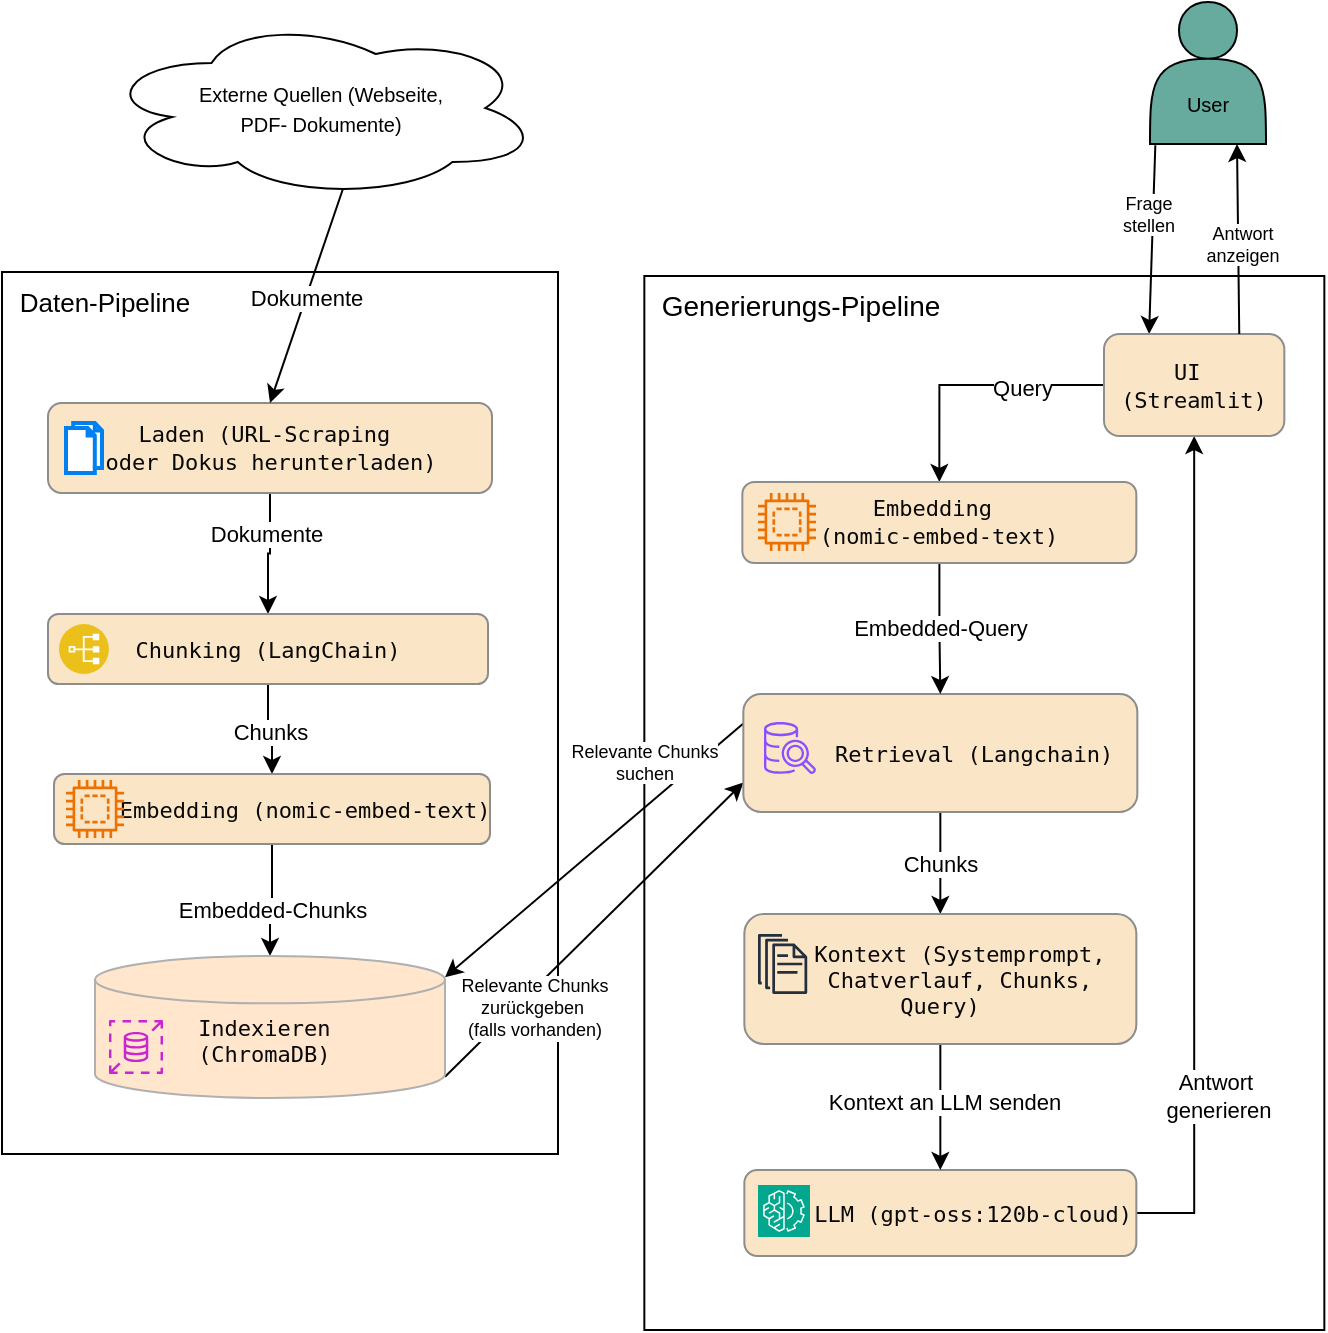
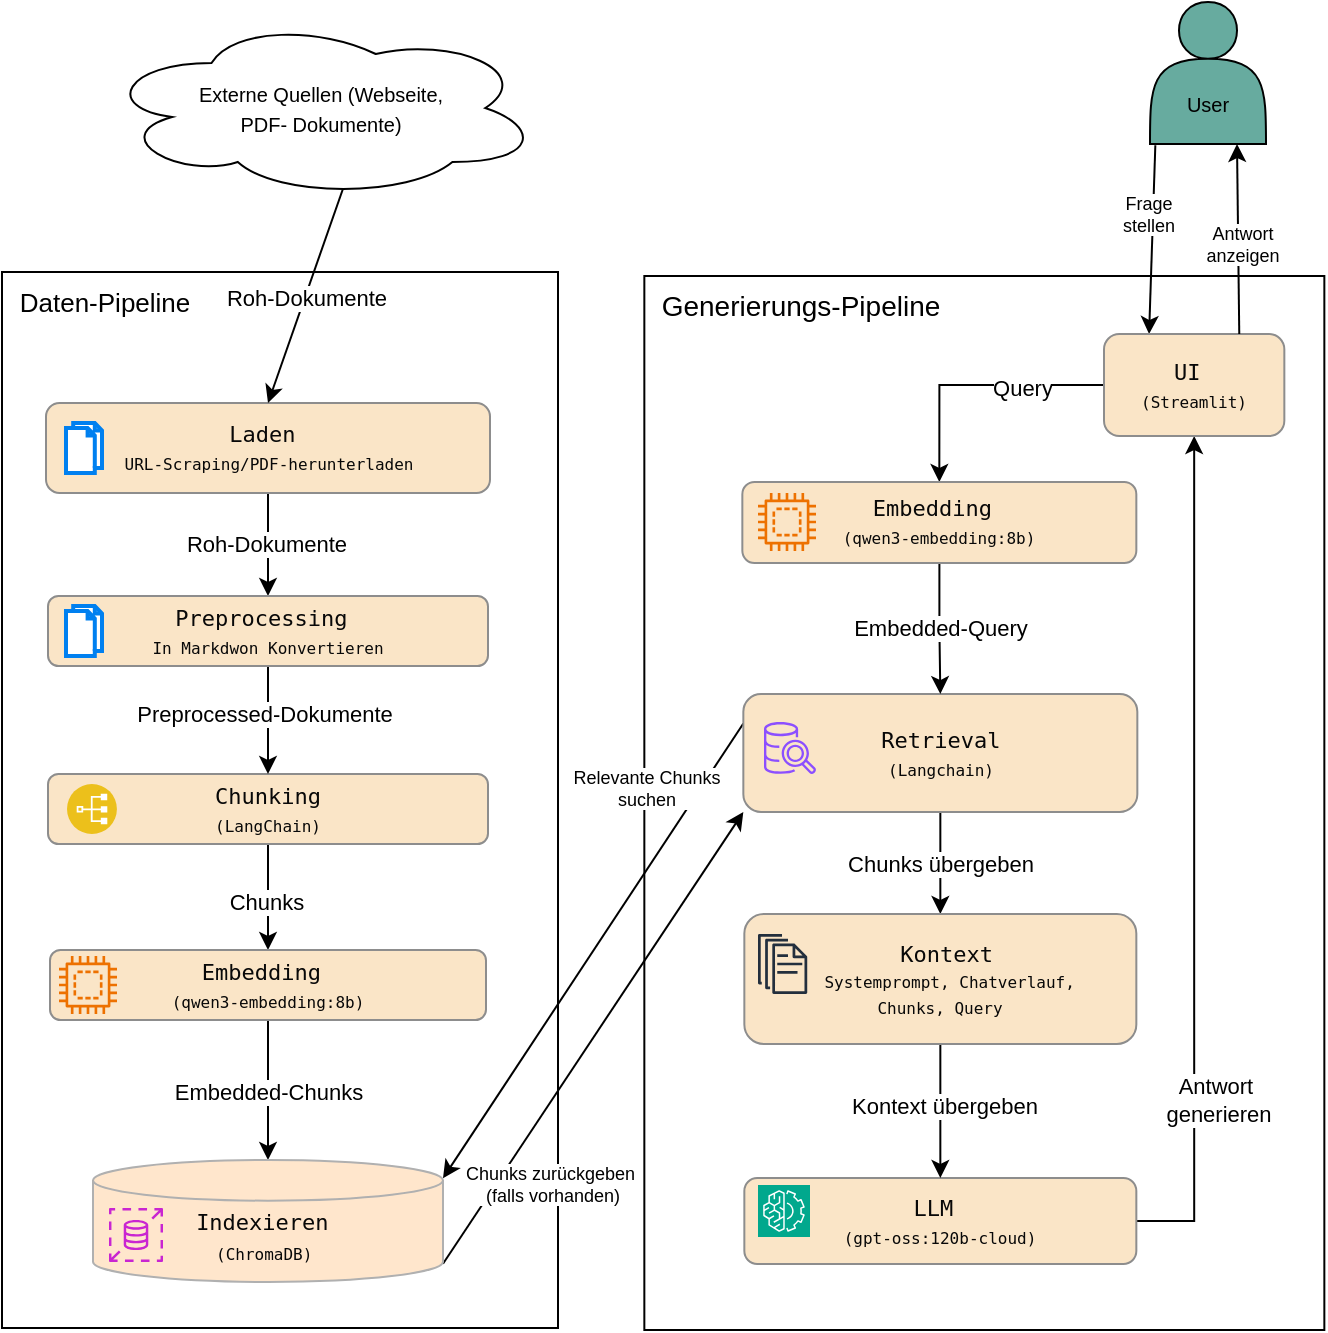
- <mxfile host="Electron" agent="Mozilla/5.0 (Windows NT 10.0; Win64; x64) AppleWebKit/537.36 (KHTML, like Gecko) draw.io/29.3.0 Chrome/140.0.7339.249 Electron/38.7.2 Safari/537.36" version="29.3.0" pages="3">
+ <mxfile host="Electron" agent="Mozilla/5.0 (Windows NT 10.0; Win64; x64) AppleWebKit/537.36 (KHTML, like Gecko) draw.io/29.5.2 Chrome/142.0.7444.265 Electron/39.6.1 Safari/537.36" version="29.5.2" pages="3">
  <diagram id="--Mtlg0LQdxBfJGaqTxY" name="Systemüberblick">
-     <mxGraphModel dx="1295" dy="768" grid="0" gridSize="10" guides="1" tooltips="1" connect="1" arrows="1" fold="1" page="1" pageScale="1" pageWidth="827" pageHeight="1169" math="0" shadow="0">
+     <mxGraphModel dx="1072" dy="630" grid="0" gridSize="10" guides="1" tooltips="1" connect="1" arrows="1" fold="1" page="1" pageScale="1" pageWidth="827" pageHeight="1169" math="0" shadow="0">
      <root>
        <mxCell id="0" />
        <mxCell id="1" parent="0" />
        <mxCell id="r3ily7bgXwv-S7IB-7bU-1" parent="1" style="whiteSpace=wrap;html=1;fillColor=none;" value="" vertex="1">
          <mxGeometry height="527" width="340" x="380.17" y="266" as="geometry" />
        </mxCell>
        <mxCell id="r3ily7bgXwv-S7IB-7bU-2" parent="1" style="whiteSpace=wrap;html=1;fillColor=none;" value="" vertex="1">
-           <mxGeometry height="441" width="278" x="59" y="264" as="geometry" />
-         </mxCell>
-         <mxCell id="r3ily7bgXwv-S7IB-7bU-3" edge="1" parent="1" source="r3ily7bgXwv-S7IB-7bU-5" style="edgeStyle=orthogonalEdgeStyle;rounded=0;orthogonalLoop=1;jettySize=auto;html=1;entryX=0.5;entryY=0;entryDx=0;entryDy=0;" target="r3ily7bgXwv-S7IB-7bU-8">
-           <mxGeometry relative="1" as="geometry" />
-         </mxCell>
-         <mxCell id="r3ily7bgXwv-S7IB-7bU-4" connectable="0" parent="r3ily7bgXwv-S7IB-7bU-3" style="edgeLabel;html=1;align=center;verticalAlign=middle;resizable=0;points=[];" value="Dokumente" vertex="1">
-           <mxGeometry relative="1" x="-0.3416" y="-2" as="geometry">
-             <mxPoint as="offset" />
-           </mxGeometry>
-         </mxCell>
-         <mxCell id="r3ily7bgXwv-S7IB-7bU-5" parent="1" style="rounded=1;html=1;fontSize=11;labelBackgroundColor=none;fillColor=#FAE5C7;strokeColor=#8D8D8D;fontColor=#143642;verticalAlign=middle;horizontal=1;spacing=2;fontStyle=0" value="&lt;div style=&quot;color: rgb(8, 8, 8);&quot;&gt;&lt;pre style=&quot;font-family:&#39;JetBrains Mono&#39;,monospace;font-size:9,8pt;&quot;&gt;Laden (URL-Scraping &lt;br&gt;oder Dokus herunterladen)&lt;/pre&gt;&lt;/div&gt;" vertex="1">
-           <mxGeometry height="45" width="222" x="82" y="329.5" as="geometry" />
+           <mxGeometry height="528" width="278" x="59" y="264" as="geometry" />
+         </mxCell>
+         <mxCell id="r3ily7bgXwv-S7IB-7bU-3" edge="1" parent="1" source="r3ily7bgXwv-S7IB-7bU-5" style="edgeStyle=orthogonalEdgeStyle;rounded=0;orthogonalLoop=1;jettySize=auto;html=1;entryX=0.5;entryY=0;entryDx=0;entryDy=0;" target="nfdPdkINqhj1KUeGC8UD-1">
+           <mxGeometry relative="1" as="geometry" />
+         </mxCell>
+         <mxCell id="nfdPdkINqhj1KUeGC8UD-2" connectable="0" parent="r3ily7bgXwv-S7IB-7bU-3" style="edgeLabel;html=1;align=center;verticalAlign=middle;resizable=0;points=[];" value="Roh-Dokumente" vertex="1">
+           <mxGeometry relative="1" x="-0.0128" y="-1" as="geometry">
+             <mxPoint as="offset" />
+           </mxGeometry>
+         </mxCell>
+         <mxCell id="r3ily7bgXwv-S7IB-7bU-5" parent="1" style="rounded=1;html=1;fontSize=11;labelBackgroundColor=none;fillColor=#FAE5C7;strokeColor=#8D8D8D;fontColor=#143642;verticalAlign=middle;horizontal=1;spacing=2;fontStyle=0" value="&lt;div style=&quot;color: rgb(8, 8, 8);&quot;&gt;&lt;pre style=&quot;font-family:&#39;JetBrains Mono&#39;,monospace;font-size:9,8pt;&quot;&gt;Laden &lt;br/&gt;&lt;font style=&quot;font-size: 8px;&quot;&gt;URL-Scraping/PDF-herunterladen&lt;/font&gt;&lt;/pre&gt;&lt;/div&gt;" vertex="1">
+           <mxGeometry height="45" width="222" x="81" y="329.5" as="geometry" />
        </mxCell>
        <mxCell id="r3ily7bgXwv-S7IB-7bU-6" edge="1" parent="1" source="r3ily7bgXwv-S7IB-7bU-8" style="edgeStyle=orthogonalEdgeStyle;rounded=0;orthogonalLoop=1;jettySize=auto;html=1;entryX=0.5;entryY=0;entryDx=0;entryDy=0;" target="r3ily7bgXwv-S7IB-7bU-11">
          <mxGeometry relative="1" as="geometry" />
        </mxCell>
        <mxCell id="r3ily7bgXwv-S7IB-7bU-7" connectable="0" parent="r3ily7bgXwv-S7IB-7bU-6" style="edgeLabel;html=1;align=center;verticalAlign=middle;resizable=0;points=[];" value="Chunks" vertex="1">
          <mxGeometry relative="1" x="0.0831" y="-1" as="geometry">
            <mxPoint as="offset" />
          </mxGeometry>
        </mxCell>
-         <mxCell id="r3ily7bgXwv-S7IB-7bU-8" parent="1" style="rounded=1;whiteSpace=wrap;html=1;fontSize=11;labelBackgroundColor=none;fillColor=#FAE5C7;strokeColor=#8D8D8D;fontColor=#143642;spacing=2;" value="&lt;div style=&quot;color: rgb(8, 8, 8);&quot;&gt;&lt;pre style=&quot;font-family:&#39;JetBrains Mono&#39;,monospace;font-size:9,8pt;&quot;&gt;&lt;pre style=&quot;font-family:&#39;JetBrains Mono&#39;,monospace;font-size:9,8pt;&quot;&gt;&lt;pre style=&quot;font-family:&#39;JetBrains Mono&#39;,monospace;font-size:9,8pt;&quot;&gt;Chunking (&lt;span style=&quot;background-color: transparent; white-space: normal;&quot;&gt;LangChain)&lt;/span&gt;&lt;/pre&gt;&lt;/pre&gt;&lt;/pre&gt;&lt;/div&gt;" vertex="1">
-           <mxGeometry height="35" width="220" x="82" y="435" as="geometry" />
+         <mxCell id="r3ily7bgXwv-S7IB-7bU-8" parent="1" style="rounded=1;whiteSpace=wrap;html=1;fontSize=11;labelBackgroundColor=none;fillColor=#FAE5C7;strokeColor=#8D8D8D;fontColor=#143642;spacing=2;" value="&lt;div style=&quot;color: rgb(8, 8, 8);&quot;&gt;&lt;pre style=&quot;font-family:&#39;JetBrains Mono&#39;,monospace;font-size:9,8pt;&quot;&gt;&lt;pre style=&quot;font-family:&#39;JetBrains Mono&#39;,monospace;font-size:9,8pt;&quot;&gt;&lt;pre style=&quot;font-family:&#39;JetBrains Mono&#39;,monospace;font-size:9,8pt;&quot;&gt;Chunking&lt;br/&gt;&lt;font style=&quot;font-size: 8px;&quot;&gt;(&lt;span style=&quot;background-color: transparent; white-space: normal;&quot;&gt;LangChain)&lt;/span&gt;&lt;/font&gt;&lt;/pre&gt;&lt;/pre&gt;&lt;/pre&gt;&lt;/div&gt;" vertex="1">
+           <mxGeometry height="35" width="220" x="82" y="515" as="geometry" />
        </mxCell>
        <mxCell id="r3ily7bgXwv-S7IB-7bU-9" edge="1" parent="1" source="r3ily7bgXwv-S7IB-7bU-11" style="edgeStyle=orthogonalEdgeStyle;rounded=0;orthogonalLoop=1;jettySize=auto;html=1;entryX=0.5;entryY=0;entryDx=0;entryDy=0;entryPerimeter=0;" target="Acry9dlDom8Et954RzBT-5">
          <mxGeometry relative="1" as="geometry" />
        </mxCell>
        <mxCell id="r3ily7bgXwv-S7IB-7bU-10" connectable="0" parent="r3ily7bgXwv-S7IB-7bU-9" style="edgeLabel;html=1;align=center;verticalAlign=middle;resizable=0;points=[];" value="Embedded-Chunks" vertex="1">
          <mxGeometry relative="1" x="-0.4618" as="geometry">
            <mxPoint y="17" as="offset" />
          </mxGeometry>
        </mxCell>
-         <mxCell id="r3ily7bgXwv-S7IB-7bU-11" parent="1" style="rounded=1;whiteSpace=wrap;html=1;fontSize=11;labelBackgroundColor=none;fillColor=#FAE5C7;strokeColor=#8D8D8D;fontColor=#143642;spacing=2;" value="&lt;div style=&quot;color: rgb(8, 8, 8);&quot;&gt;&lt;pre style=&quot;font-family:&#39;JetBrains Mono&#39;,monospace;font-size:9,8pt;&quot;&gt;&lt;pre style=&quot;font-family:&#39;JetBrains Mono&#39;,monospace;font-size:9,8pt;&quot;&gt;&lt;pre style=&quot;font-family:&#39;JetBrains Mono&#39;,monospace;font-size:9,8pt;&quot;&gt;     Embedding (nomic-embed-text)&lt;br&gt;&lt;/pre&gt;&lt;/pre&gt;&lt;/pre&gt;&lt;/div&gt;" vertex="1">
-           <mxGeometry height="35" width="218" x="85" y="515" as="geometry" />
-         </mxCell>
-         <mxCell id="r3ily7bgXwv-S7IB-7bU-12" edge="1" parent="1" source="Acry9dlDom8Et954RzBT-5" style="rounded=0;orthogonalLoop=1;jettySize=auto;html=1;entryX=0;entryY=0.75;entryDx=0;entryDy=0;exitX=1;exitY=0.85;exitDx=0;exitDy=0;exitPerimeter=0;" target="r3ily7bgXwv-S7IB-7bU-18">
-           <mxGeometry relative="1" as="geometry" />
-         </mxCell>
-         <mxCell id="r3ily7bgXwv-S7IB-7bU-13" connectable="0" parent="r3ily7bgXwv-S7IB-7bU-12" style="edgeLabel;html=1;align=center;verticalAlign=middle;resizable=0;points=[];fontSize=9;" value="Relevante Chunks&lt;br&gt;zurückgeben&amp;nbsp;&lt;br&gt;(falls vorhanden)" vertex="1">
+         <mxCell id="r3ily7bgXwv-S7IB-7bU-11" parent="1" style="rounded=1;whiteSpace=wrap;html=1;fontSize=11;labelBackgroundColor=none;fillColor=#FAE5C7;strokeColor=#8D8D8D;fontColor=#143642;spacing=2;" value="&lt;div style=&quot;color: rgb(8, 8, 8);&quot;&gt;&lt;pre style=&quot;font-family:&#39;JetBrains Mono&#39;,monospace;font-size:9,8pt;&quot;&gt;&lt;pre style=&quot;font-family:&#39;JetBrains Mono&#39;,monospace;font-size:9,8pt;&quot;&gt;&lt;pre style=&quot;font-family:&#39;JetBrains Mono&#39;,monospace;font-size:9,8pt;&quot;&gt;Embedding &lt;br&gt;&lt;font style=&quot;font-size: 8px;&quot;&gt;(qwen3-embedding:8b&lt;/font&gt;&lt;font style=&quot;font-size: 8px;&quot;&gt;)&lt;/font&gt;&lt;/pre&gt;&lt;/pre&gt;&lt;/pre&gt;&lt;/div&gt;" vertex="1">
+           <mxGeometry height="35" width="218" x="83" y="603" as="geometry" />
+         </mxCell>
+         <mxCell id="r3ily7bgXwv-S7IB-7bU-12" edge="1" parent="1" source="Acry9dlDom8Et954RzBT-5" style="rounded=0;orthogonalLoop=1;jettySize=auto;html=1;entryX=0;entryY=1;entryDx=0;entryDy=0;exitX=1;exitY=0.85;exitDx=0;exitDy=0;exitPerimeter=0;" target="r3ily7bgXwv-S7IB-7bU-18">
+           <mxGeometry relative="1" as="geometry" />
+         </mxCell>
+         <mxCell id="r3ily7bgXwv-S7IB-7bU-13" connectable="0" parent="r3ily7bgXwv-S7IB-7bU-12" style="edgeLabel;html=1;align=center;verticalAlign=middle;resizable=0;points=[];fontSize=9;" value="Chunks zurückgeben&amp;nbsp;&lt;br&gt;(falls vorhanden)" vertex="1">
          <mxGeometry relative="1" x="-0.0306" y="1" as="geometry">
-             <mxPoint x="-27" y="37" as="offset" />
+             <mxPoint x="-18" y="70" as="offset" />
          </mxGeometry>
        </mxCell>
        <mxCell id="r3ily7bgXwv-S7IB-7bU-15" edge="1" parent="1" source="r3ily7bgXwv-S7IB-7bU-18" style="rounded=0;orthogonalLoop=1;jettySize=auto;html=1;entryX=1;entryY=0.15;entryDx=0;entryDy=0;exitX=0;exitY=0.25;exitDx=0;exitDy=0;entryPerimeter=0;" target="Acry9dlDom8Et954RzBT-5">
          <mxGeometry relative="1" as="geometry" />
        </mxCell>
        <mxCell id="r3ily7bgXwv-S7IB-7bU-16" connectable="0" parent="r3ily7bgXwv-S7IB-7bU-15" style="edgeLabel;html=1;align=center;verticalAlign=middle;resizable=0;points=[];fontSize=9;" value="Relevante Chunks &lt;br&gt;suchen" vertex="1">
          <mxGeometry relative="1" x="-0.519" y="-1" as="geometry">
-             <mxPoint x="-13" y="-11" as="offset" />
-           </mxGeometry>
-         </mxCell>
-         <mxCell id="r3ily7bgXwv-S7IB-7bU-17" edge="1" parent="1" source="r3ily7bgXwv-S7IB-7bU-18" style="edgeStyle=orthogonalEdgeStyle;rounded=0;orthogonalLoop=1;jettySize=auto;html=1;entryX=0.5;entryY=0;entryDx=0;entryDy=0;" target="r3ily7bgXwv-S7IB-7bU-37" value="Chunks">
-           <mxGeometry relative="1" as="geometry" />
-         </mxCell>
-         <mxCell id="r3ily7bgXwv-S7IB-7bU-18" parent="1" style="whiteSpace=wrap;html=1;fontSize=11;rounded=1;labelBackgroundColor=none;fillColor=#FAE5C7;strokeColor=#8D8D8D;fontColor=#143642;spacing=2;" value="&lt;div style=&quot;color: rgb(8, 8, 8);&quot;&gt;&lt;pre style=&quot;font-family:&#39;JetBrains Mono&#39;,monospace;font-size:9,8pt;&quot;&gt;     Retrieval (Langchain)&lt;/pre&gt;&lt;/div&gt;" vertex="1">
+             <mxPoint x="-12" y="-22" as="offset" />
+           </mxGeometry>
+         </mxCell>
+         <mxCell id="r3ily7bgXwv-S7IB-7bU-17" edge="1" parent="1" source="r3ily7bgXwv-S7IB-7bU-18" style="edgeStyle=orthogonalEdgeStyle;rounded=0;orthogonalLoop=1;jettySize=auto;html=1;entryX=0.5;entryY=0;entryDx=0;entryDy=0;" target="r3ily7bgXwv-S7IB-7bU-37" value="Chunks übergeben">
+           <mxGeometry relative="1" as="geometry" />
+         </mxCell>
+         <mxCell id="r3ily7bgXwv-S7IB-7bU-18" parent="1" style="whiteSpace=wrap;html=1;fontSize=11;rounded=1;labelBackgroundColor=none;fillColor=#FAE5C7;strokeColor=#8D8D8D;fontColor=#143642;spacing=2;" value="&lt;div style=&quot;color: rgb(8, 8, 8);&quot;&gt;&lt;pre style=&quot;font-family:&#39;JetBrains Mono&#39;,monospace;font-size:9,8pt;&quot;&gt; Retrieval &lt;br&gt;&lt;font style=&quot;font-size: 8px;&quot;&gt;(Langchain)&lt;/font&gt;&lt;/pre&gt;&lt;/div&gt;" vertex="1">
          <mxGeometry height="59" width="197" x="429.67" y="475" as="geometry" />
        </mxCell>
        <mxCell id="r3ily7bgXwv-S7IB-7bU-19" edge="1" parent="1" source="r3ily7bgXwv-S7IB-7bU-21" style="rounded=0;orthogonalLoop=1;jettySize=auto;html=1;entryX=0.5;entryY=1;entryDx=0;entryDy=0;edgeStyle=orthogonalEdgeStyle;exitX=1;exitY=0.5;exitDx=0;exitDy=0;" target="r3ily7bgXwv-S7IB-7bU-38">
          <mxGeometry relative="1" as="geometry">
            <mxPoint x="515.17" y="762" as="targetPoint" />
          </mxGeometry>
        </mxCell>
        <mxCell id="r3ily7bgXwv-S7IB-7bU-20" connectable="0" parent="r3ily7bgXwv-S7IB-7bU-19" style="edgeLabel;html=1;align=center;verticalAlign=middle;resizable=0;points=[];fontSize=11;" value="Antwort&amp;nbsp;&lt;br&gt;&lt;span style=&quot;background-color: light-dark(#ffffff, var(--ge-dark-color, #121212)); color: light-dark(rgb(0, 0, 0), rgb(255, 255, 255));&quot;&gt;generieren&lt;/span&gt;" vertex="1">
          <mxGeometry relative="1" x="-0.0099" y="2" as="geometry">
            <mxPoint x="14" y="119" as="offset" />
          </mxGeometry>
        </mxCell>
-         <mxCell id="r3ily7bgXwv-S7IB-7bU-21" parent="1" style="whiteSpace=wrap;html=1;fontSize=11;rounded=1;labelBackgroundColor=none;fillColor=#FAE5C7;strokeColor=#8D8D8D;fontColor=#143642;spacing=2;" value="&lt;div style=&quot;color: rgb(8, 8, 8);&quot;&gt;&lt;pre style=&quot;font-family:&#39;JetBrains Mono&#39;,monospace;font-size:9,8pt;&quot;&gt;&lt;div&gt;&lt;pre style=&quot;font-family:&#39;JetBrains Mono&#39;,monospace;font-size:9,8pt;&quot;&gt;     LLM (gpt-oss:120b-cloud)&lt;/pre&gt;&lt;/div&gt;&lt;/pre&gt;&lt;/div&gt;" vertex="1">
-           <mxGeometry height="43" width="196" x="430.17" y="713" as="geometry" />
+         <mxCell id="r3ily7bgXwv-S7IB-7bU-21" parent="1" style="whiteSpace=wrap;html=1;fontSize=11;rounded=1;labelBackgroundColor=none;fillColor=#FAE5C7;strokeColor=#8D8D8D;fontColor=#143642;spacing=2;" value="&lt;div style=&quot;color: rgb(8, 8, 8);&quot;&gt;&lt;pre style=&quot;font-family:&#39;JetBrains Mono&#39;,monospace;font-size:9,8pt;&quot;&gt;&lt;div&gt;&lt;pre style=&quot;font-family:&#39;JetBrains Mono&#39;,monospace;font-size:9,8pt;&quot;&gt;LLM &lt;br&gt;&lt;font style=&quot;font-size: 8px;&quot;&gt;(gpt-oss:120b-cloud)&lt;/font&gt;&lt;/pre&gt;&lt;/div&gt;&lt;/pre&gt;&lt;/div&gt;" vertex="1">
+           <mxGeometry height="43" width="196" x="430.17" y="717" as="geometry" />
        </mxCell>
        <mxCell id="r3ily7bgXwv-S7IB-7bU-22" edge="1" parent="1" source="r3ily7bgXwv-S7IB-7bU-38" style="edgeStyle=orthogonalEdgeStyle;rounded=0;orthogonalLoop=1;jettySize=auto;html=1;entryX=0.5;entryY=0;entryDx=0;entryDy=0;exitX=0;exitY=0.5;exitDx=0;exitDy=0;" target="r3ily7bgXwv-S7IB-7bU-31">
          <mxGeometry relative="1" as="geometry">
            <mxPoint x="518.17" y="392" as="sourcePoint" />
          </mxGeometry>
        </mxCell>
        <mxCell id="r3ily7bgXwv-S7IB-7bU-23" connectable="0" parent="r3ily7bgXwv-S7IB-7bU-22" style="edgeLabel;html=1;align=center;verticalAlign=middle;resizable=0;points=[];" value="Query" vertex="1">
          <mxGeometry relative="1" x="-0.3722" y="1" as="geometry">
            <mxPoint as="offset" />
          </mxGeometry>
        </mxCell>
        <mxCell id="r3ily7bgXwv-S7IB-7bU-25" parent="1" style="text;html=1;whiteSpace=wrap;strokeColor=none;fillColor=none;align=center;verticalAlign=middle;rounded=0;autosize=1;resizable=0;fontSize=13;" value="Daten-Pipeline" vertex="1">
          <mxGeometry height="28" width="103" x="59" y="265" as="geometry" />
        </mxCell>
        <mxCell id="r3ily7bgXwv-S7IB-7bU-26" edge="1" parent="1" source="r3ily7bgXwv-S7IB-7bU-28" style="rounded=0;orthogonalLoop=1;jettySize=auto;html=1;entryX=0.25;entryY=0;entryDx=0;entryDy=0;exitX=0.046;exitY=1.009;exitDx=0;exitDy=0;exitPerimeter=0;" target="r3ily7bgXwv-S7IB-7bU-38">
          <mxGeometry relative="1" as="geometry" />
        </mxCell>
        <mxCell id="r3ily7bgXwv-S7IB-7bU-27" connectable="0" parent="r3ily7bgXwv-S7IB-7bU-26" style="edgeLabel;html=1;align=center;verticalAlign=middle;resizable=0;points=[];fontSize=9;" value="Frage &lt;br&gt;stellen" vertex="1">
          <mxGeometry relative="1" x="-0.4594" y="-1" as="geometry">
            <mxPoint x="-2" y="9" as="offset" />
          </mxGeometry>
        </mxCell>
        <mxCell id="r3ily7bgXwv-S7IB-7bU-28" parent="1" style="shape=actor;whiteSpace=wrap;html=1;fillColor=#67AB9F;" value="&lt;font style=&quot;font-size: 10px;&quot;&gt;&lt;br&gt;&lt;br&gt;User&lt;/font&gt;" vertex="1">
          <mxGeometry height="71" width="58" x="633" y="129" as="geometry" />
        </mxCell>
        <mxCell id="r3ily7bgXwv-S7IB-7bU-29" parent="1" style="text;html=1;whiteSpace=wrap;strokeColor=none;fillColor=none;align=center;verticalAlign=middle;rounded=0;autosize=1;resizable=0;fontSize=14;" value="Generierungs-Pipeline" vertex="1">
          <mxGeometry height="29" width="157" x="380.17" y="266" as="geometry" />
        </mxCell>
        <mxCell id="r3ily7bgXwv-S7IB-7bU-30" edge="1" parent="1" source="r3ily7bgXwv-S7IB-7bU-31" style="edgeStyle=orthogonalEdgeStyle;rounded=0;orthogonalLoop=1;jettySize=auto;html=1;entryX=0.5;entryY=0;entryDx=0;entryDy=0;" target="r3ily7bgXwv-S7IB-7bU-18" value="Embedded-Query">
          <mxGeometry relative="1" as="geometry" />
        </mxCell>
-         <mxCell id="r3ily7bgXwv-S7IB-7bU-31" parent="1" style="rounded=1;whiteSpace=wrap;html=1;fontSize=11;labelBackgroundColor=none;fillColor=#FAE5C7;strokeColor=#8D8D8D;fontColor=#143642;spacing=2;" value="&lt;div style=&quot;color: rgb(8, 8, 8);&quot;&gt;&lt;pre style=&quot;font-family:&#39;JetBrains Mono&#39;,monospace;font-size:9,8pt;&quot;&gt;&lt;pre style=&quot;font-family:&#39;JetBrains Mono&#39;,monospace;font-size:9,8pt;&quot;&gt;&lt;pre style=&quot;font-family:&#39;JetBrains Mono&#39;,monospace;font-size:9,8pt;&quot;&gt;Embedding &lt;br/&gt;(nomic-embed-text)&lt;br&gt;&lt;/pre&gt;&lt;/pre&gt;&lt;/pre&gt;&lt;/div&gt;" vertex="1">
+         <mxCell id="r3ily7bgXwv-S7IB-7bU-31" parent="1" style="rounded=1;whiteSpace=wrap;html=1;fontSize=11;labelBackgroundColor=none;fillColor=#FAE5C7;strokeColor=#8D8D8D;fontColor=#143642;spacing=2;" value="&lt;div style=&quot;color: rgb(8, 8, 8);&quot;&gt;&lt;pre style=&quot;font-family:&#39;JetBrains Mono&#39;,monospace;font-size:9,8pt;&quot;&gt;&lt;pre style=&quot;font-family:&#39;JetBrains Mono&#39;,monospace;font-size:9,8pt;&quot;&gt;&lt;pre style=&quot;font-family:&#39;JetBrains Mono&#39;,monospace;font-size:9,8pt;&quot;&gt;Embedding &lt;br/&gt;&lt;font style=&quot;background-color: transparent; white-space: normal; font-size: 8px;&quot;&gt;(qwen3-embedding:8b&lt;/font&gt;&lt;font style=&quot;background-color: transparent; white-space: normal; font-size: 8px;&quot;&gt;)&lt;/font&gt;&lt;/pre&gt;&lt;/pre&gt;&lt;/pre&gt;&lt;/div&gt;" vertex="1">
          <mxGeometry height="40.5" width="197" x="429.17" y="369" as="geometry" />
        </mxCell>
        <mxCell id="r3ily7bgXwv-S7IB-7bU-32" edge="1" parent="1" source="Acry9dlDom8Et954RzBT-3" style="rounded=0;orthogonalLoop=1;jettySize=auto;html=1;entryX=0.5;entryY=0;entryDx=0;entryDy=0;exitX=0.55;exitY=0.95;exitDx=0;exitDy=0;exitPerimeter=0;" target="r3ily7bgXwv-S7IB-7bU-5">
          <mxGeometry relative="1" as="geometry">
            <mxPoint x="194.2666692589255" y="229.99957227732136" as="sourcePoint" />
          </mxGeometry>
        </mxCell>
-         <mxCell id="r3ily7bgXwv-S7IB-7bU-33" connectable="0" parent="r3ily7bgXwv-S7IB-7bU-32" style="edgeLabel;html=1;align=center;verticalAlign=middle;resizable=0;points=[];" value="Dokumente" vertex="1">
+         <mxCell id="r3ily7bgXwv-S7IB-7bU-33" connectable="0" parent="r3ily7bgXwv-S7IB-7bU-32" style="edgeLabel;html=1;align=center;verticalAlign=middle;resizable=0;points=[];" value="Roh-Dokumente" vertex="1">
          <mxGeometry relative="1" x="0.0211" as="geometry">
            <mxPoint as="offset" />
          </mxGeometry>
        </mxCell>
        <mxCell id="r3ily7bgXwv-S7IB-7bU-35" edge="1" parent="1" source="r3ily7bgXwv-S7IB-7bU-37" style="edgeStyle=orthogonalEdgeStyle;rounded=0;orthogonalLoop=1;jettySize=auto;html=1;entryX=0.5;entryY=0;entryDx=0;entryDy=0;" target="r3ily7bgXwv-S7IB-7bU-21">
          <mxGeometry relative="1" as="geometry" />
        </mxCell>
-         <mxCell id="r3ily7bgXwv-S7IB-7bU-36" connectable="0" parent="r3ily7bgXwv-S7IB-7bU-35" style="edgeLabel;html=1;align=center;verticalAlign=middle;resizable=0;points=[];fontSize=11;" value="Kontext an LLM senden" vertex="1">
+         <mxCell id="r3ily7bgXwv-S7IB-7bU-36" connectable="0" parent="r3ily7bgXwv-S7IB-7bU-35" style="edgeLabel;html=1;align=center;verticalAlign=middle;resizable=0;points=[];fontSize=11;" value="Kontext übergeben" vertex="1">
          <mxGeometry relative="1" x="-0.0722" y="2" as="geometry">
            <mxPoint as="offset" />
          </mxGeometry>
        </mxCell>
-         <mxCell id="r3ily7bgXwv-S7IB-7bU-37" parent="1" style="whiteSpace=wrap;html=1;fontSize=11;rounded=1;labelBackgroundColor=none;fillColor=#FAE5C7;strokeColor=#8D8D8D;fontColor=#143642;spacing=2;align=center;" value="&lt;div style=&quot;color: rgb(8, 8, 8);&quot;&gt;&lt;pre style=&quot;font-family:&#39;JetBrains Mono&#39;,monospace;font-size:9,8pt;&quot;&gt;    Kontext (Systemprompt, &lt;br&gt;    Chatverlauf, Chunks, &lt;br&gt;Query)&lt;/pre&gt;&lt;/div&gt;" vertex="1">
+         <mxCell id="r3ily7bgXwv-S7IB-7bU-37" parent="1" style="whiteSpace=wrap;html=1;fontSize=11;rounded=1;labelBackgroundColor=none;fillColor=#FAE5C7;strokeColor=#8D8D8D;fontColor=#143642;spacing=2;align=center;" value="&lt;div style=&quot;color: rgb(8, 8, 8);&quot;&gt;&lt;pre style=&quot;font-family:&#39;JetBrains Mono&#39;,monospace;font-size:9,8pt;&quot;&gt; Kontext&lt;br&gt;&lt;font style=&quot;font-size: 8px;&quot;&gt;   Systemprompt, Chatverlauf, &lt;br&gt;Chunks, Query&lt;/font&gt;&lt;/pre&gt;&lt;/div&gt;" vertex="1">
          <mxGeometry height="65" width="196" x="430.17" y="585" as="geometry" />
        </mxCell>
-         <mxCell id="r3ily7bgXwv-S7IB-7bU-38" parent="1" style="whiteSpace=wrap;html=1;fontSize=11;rounded=1;labelBackgroundColor=none;fillColor=#FAE5C7;strokeColor=#8D8D8D;fontColor=#143642;spacing=2;" value="&lt;div style=&quot;color: rgb(8, 8, 8);&quot;&gt;&lt;pre style=&quot;font-family:&#39;JetBrains Mono&#39;,monospace;font-size:9,8pt;&quot;&gt;UI &lt;br/&gt;(Streamlit)&lt;/pre&gt;&lt;/div&gt;" vertex="1">
+         <mxCell id="r3ily7bgXwv-S7IB-7bU-38" parent="1" style="whiteSpace=wrap;html=1;fontSize=11;rounded=1;labelBackgroundColor=none;fillColor=#FAE5C7;strokeColor=#8D8D8D;fontColor=#143642;spacing=2;" value="&lt;div style=&quot;color: rgb(8, 8, 8);&quot;&gt;&lt;pre style=&quot;font-family:&#39;JetBrains Mono&#39;,monospace;font-size:9,8pt;&quot;&gt;UI &lt;br&gt;&lt;font style=&quot;font-size: 8px;&quot;&gt;(Streamlit)&lt;/font&gt;&lt;/pre&gt;&lt;/div&gt;" vertex="1">
          <mxGeometry height="51" width="90.17" x="610" y="295" as="geometry" />
        </mxCell>
        <mxCell id="r3ily7bgXwv-S7IB-7bU-39" edge="1" parent="1" source="r3ily7bgXwv-S7IB-7bU-38" style="rounded=0;orthogonalLoop=1;jettySize=auto;html=1;entryX=0.75;entryY=1;entryDx=0;entryDy=0;exitX=0.75;exitY=0;exitDx=0;exitDy=0;" target="r3ily7bgXwv-S7IB-7bU-28">
          <mxGeometry relative="1" as="geometry" />
        </mxCell>
        <mxCell id="r3ily7bgXwv-S7IB-7bU-40" connectable="0" parent="r3ily7bgXwv-S7IB-7bU-39" style="edgeLabel;html=1;align=center;verticalAlign=middle;resizable=0;points=[];fontSize=9;" value="Antwort&lt;br&gt;anzeigen" vertex="1">
          <mxGeometry relative="1" x="-0.2017" y="3" as="geometry">
            <mxPoint x="5" y="-7" as="offset" />
          </mxGeometry>
        </mxCell>
        <mxCell id="Acry9dlDom8Et954RzBT-3" parent="1" style="ellipse;shape=cloud;whiteSpace=wrap;html=1;align=center;" value="&lt;span style=&quot;font-size: 10px;&quot;&gt;Externe Quellen (Webseite, &lt;br&gt;PDF- Dokumente)&lt;/span&gt;" vertex="1">
          <mxGeometry height="90" width="219" x="109" y="137" as="geometry" />
        </mxCell>
-         <mxCell id="Acry9dlDom8Et954RzBT-5" parent="1" style="strokeWidth=1;html=1;shape=mxgraph.flowchart.database;whiteSpace=wrap;fillColor=#ffe6cc;strokeColor=#B0B0B0;" value="&lt;pre style=&quot;color: rgb(8, 8, 8); font-size: 11px; font-family: &amp;quot;JetBrains Mono&amp;quot;, monospace;&quot;&gt;&lt;span style=&quot;background-color: transparent;&quot;&gt;&lt;span style=&quot;white-space: normal;&quot;&gt;&lt;br&gt;Indexieren&amp;nbsp;&lt;br&gt;&lt;/span&gt;&lt;/span&gt;(ChromaDB)&amp;nbsp;&lt;/pre&gt;" vertex="1">
-           <mxGeometry height="71" width="175" x="105.5" y="606" as="geometry" />
+         <mxCell id="Acry9dlDom8Et954RzBT-5" parent="1" style="strokeWidth=1;html=1;shape=mxgraph.flowchart.database;whiteSpace=wrap;fillColor=#ffe6cc;strokeColor=#B0B0B0;" value="&lt;pre style=&quot;color: rgb(8, 8, 8); font-family: &amp;quot;JetBrains Mono&amp;quot;, monospace;&quot;&gt;&lt;span style=&quot;font-size: 11px; background-color: transparent;&quot;&gt;&lt;span style=&quot;white-space: normal;&quot;&gt;&lt;br&gt;Indexieren&amp;nbsp;&lt;br&gt;&lt;/span&gt;&lt;/span&gt;&lt;font style=&quot;font-size: 8px;&quot;&gt;(ChromaDB)&amp;nbsp;&lt;/font&gt;&lt;/pre&gt;" vertex="1">
+           <mxGeometry height="61" width="175" x="104.5" y="708" as="geometry" />
        </mxCell>
        <mxCell id="6IOvH4VOo6HqhZIrgnpb-2" parent="1" style="image;aspect=fixed;perimeter=ellipsePerimeter;html=1;align=center;shadow=0;dashed=0;fontColor=#4277BB;labelBackgroundColor=default;fontSize=12;spacingTop=3;image=img/lib/ibm/applications/index.svg;" value="" vertex="1">
-           <mxGeometry height="25" width="25" x="87.5" y="440" as="geometry" />
+           <mxGeometry height="25" width="25" x="91.5" y="520" as="geometry" />
        </mxCell>
        <mxCell id="6IOvH4VOo6HqhZIrgnpb-3" parent="1" style="sketch=0;outlineConnect=0;fontColor=#232F3E;gradientColor=none;fillColor=#ED7100;strokeColor=none;dashed=0;verticalLabelPosition=bottom;verticalAlign=top;align=center;html=1;fontSize=12;fontStyle=0;aspect=fixed;pointerEvents=1;shape=mxgraph.aws4.braket_embedded_simulator;" value="" vertex="1">
-           <mxGeometry height="29" width="29" x="91" y="518" as="geometry" />
+           <mxGeometry height="29" width="29" x="87.5" y="606" as="geometry" />
        </mxCell>
        <mxCell id="6IOvH4VOo6HqhZIrgnpb-4" parent="1" style="html=1;verticalLabelPosition=bottom;align=center;labelBackgroundColor=#ffffff;verticalAlign=top;strokeWidth=2;strokeColor=#0080F0;shadow=0;dashed=0;shape=mxgraph.ios7.icons.documents;" value="" vertex="1">
          <mxGeometry height="25" width="18" x="91" y="339.5" as="geometry" />
        </mxCell>
        <mxCell id="6IOvH4VOo6HqhZIrgnpb-5" parent="1" style="sketch=0;outlineConnect=0;fontColor=#232F3E;gradientColor=none;fillColor=#C925D1;strokeColor=none;dashed=0;verticalLabelPosition=bottom;verticalAlign=top;align=center;html=1;fontSize=12;fontStyle=0;aspect=fixed;pointerEvents=1;shape=mxgraph.aws4.documentdb_elastic_clusters;" value="" vertex="1">
-           <mxGeometry height="27" width="27" x="112.5" y="638" as="geometry" />
+           <mxGeometry height="27" width="27" x="112.5" y="732" as="geometry" />
        </mxCell>
        <mxCell id="6IOvH4VOo6HqhZIrgnpb-6" parent="1" style="sketch=0;outlineConnect=0;fontColor=#232F3E;gradientColor=none;fillColor=#8C4FFF;strokeColor=none;dashed=0;verticalLabelPosition=bottom;verticalAlign=top;align=center;html=1;fontSize=12;fontStyle=0;aspect=fixed;pointerEvents=1;shape=mxgraph.aws4.redshift_query_editor_v20_light;" value="" vertex="1">
          <mxGeometry height="26" width="26" x="440" y="489" as="geometry" />
        </mxCell>
        <mxCell id="6IOvH4VOo6HqhZIrgnpb-7" parent="1" style="sketch=0;points=[[0,0,0],[0.25,0,0],[0.5,0,0],[0.75,0,0],[1,0,0],[0,1,0],[0.25,1,0],[0.5,1,0],[0.75,1,0],[1,1,0],[0,0.25,0],[0,0.5,0],[0,0.75,0],[1,0.25,0],[1,0.5,0],[1,0.75,0]];outlineConnect=0;fontColor=#232F3E;fillColor=#01A88D;strokeColor=#ffffff;dashed=0;verticalLabelPosition=bottom;verticalAlign=top;align=center;html=1;fontSize=12;fontStyle=0;aspect=fixed;shape=mxgraph.aws4.resourceIcon;resIcon=mxgraph.aws4.machine_learning;" value="" vertex="1">
          <mxGeometry height="26" width="26" x="437" y="720.5" as="geometry" />
        </mxCell>
        <mxCell id="6IOvH4VOo6HqhZIrgnpb-8" parent="1" style="sketch=0;outlineConnect=0;fontColor=#232F3E;gradientColor=none;fillColor=#ED7100;strokeColor=none;dashed=0;verticalLabelPosition=bottom;verticalAlign=top;align=center;html=1;fontSize=12;fontStyle=0;aspect=fixed;pointerEvents=1;shape=mxgraph.aws4.braket_embedded_simulator;" value="" vertex="1">
          <mxGeometry height="29" width="29" x="437" y="374.5" as="geometry" />
        </mxCell>
        <mxCell id="6IOvH4VOo6HqhZIrgnpb-12" parent="1" style="sketch=0;outlineConnect=0;fontColor=#232F3E;gradientColor=none;fillColor=#232F3D;strokeColor=none;dashed=0;verticalLabelPosition=bottom;verticalAlign=top;align=center;html=1;fontSize=12;fontStyle=0;aspect=fixed;pointerEvents=1;shape=mxgraph.aws4.documents;" value="" vertex="1">
          <mxGeometry height="30" width="24.61" x="437" y="595" as="geometry" />
+         </mxCell>
+         <mxCell id="nfdPdkINqhj1KUeGC8UD-3" edge="1" parent="1" source="nfdPdkINqhj1KUeGC8UD-1" style="edgeStyle=orthogonalEdgeStyle;rounded=0;orthogonalLoop=1;jettySize=auto;html=1;entryX=0.5;entryY=0;entryDx=0;entryDy=0;" target="r3ily7bgXwv-S7IB-7bU-8">
+           <mxGeometry relative="1" as="geometry" />
+         </mxCell>
+         <mxCell id="nfdPdkINqhj1KUeGC8UD-4" connectable="0" parent="nfdPdkINqhj1KUeGC8UD-3" style="edgeLabel;html=1;align=center;verticalAlign=middle;resizable=0;points=[];" value="&lt;span style=&quot;color: rgba(0, 0, 0, 0); font-family: monospace; font-size: 0px; text-align: start; background-color: rgb(236, 236, 236);&quot;&gt;%3CmxGraphModel%3E%3Croot%3E%3CmxCell%20id%3D%220%22%2F%3E%3CmxCell%20id%3D%221%22%20parent%3D%220%22%2F%3E%3CmxCell%20id%3D%222%22%20connectable%3D%220%22%20parent%3D%221%22%20style%3D%22edgeLabel%3Bhtml%3D1%3Balign%3Dcenter%3BverticalAlign%3Dmiddle%3Bresizable%3D0%3Bpoints%3D%5B%5D%3B%22%20value%3D%22Dokumente%22%20vertex%3D%221%22%3E%3CmxGeometry%20x%3D%22191%22%20y%3D%22400.33333333333326%22%20as%3D%22geometry%22%2F%3E%3C%2FmxCell%3E%3C%2Froot%3E%3C%2FmxGraphModel%3E&lt;/span&gt;" vertex="1">
+           <mxGeometry relative="1" x="-0.1333" y="1" as="geometry">
+             <mxPoint as="offset" />
+           </mxGeometry>
+         </mxCell>
+         <mxCell id="nfdPdkINqhj1KUeGC8UD-5" connectable="0" parent="nfdPdkINqhj1KUeGC8UD-3" style="edgeLabel;html=1;align=center;verticalAlign=middle;resizable=0;points=[];" value="Preprocessed-Dokumente" vertex="1">
+           <mxGeometry relative="1" x="-0.1037" y="-2" as="geometry">
+             <mxPoint as="offset" />
+           </mxGeometry>
+         </mxCell>
+         <mxCell id="nfdPdkINqhj1KUeGC8UD-1" parent="1" style="rounded=1;whiteSpace=wrap;html=1;fontSize=11;labelBackgroundColor=none;fillColor=#FAE5C7;strokeColor=#8D8D8D;fontColor=#143642;spacing=2;" value="&lt;div style=&quot;color: rgb(8, 8, 8);&quot;&gt;&lt;pre style=&quot;font-family:&#39;JetBrains Mono&#39;,monospace;font-size:9,8pt;&quot;&gt;&lt;pre style=&quot;font-family:&#39;JetBrains Mono&#39;,monospace;font-size:9,8pt;&quot;&gt;&lt;pre style=&quot;font-family:&#39;JetBrains Mono&#39;,monospace;font-size:9,8pt;&quot;&gt;Preprocessing &lt;br&gt;&lt;font style=&quot;font-size: 8px;&quot;&gt;In Markdwon Konvertieren&lt;/font&gt;&lt;/pre&gt;&lt;/pre&gt;&lt;/pre&gt;&lt;/div&gt;" vertex="1">
+           <mxGeometry height="35" width="220" x="82" y="426" as="geometry" />
+         </mxCell>
+         <mxCell id="wjzvMBkjKKS_n60Af0Jf-1" parent="1" style="html=1;verticalLabelPosition=bottom;align=center;labelBackgroundColor=#ffffff;verticalAlign=top;strokeWidth=2;strokeColor=#0080F0;shadow=0;dashed=0;shape=mxgraph.ios7.icons.documents;" value="" vertex="1">
+           <mxGeometry height="25" width="18" x="91" y="431" as="geometry" />
        </mxCell>
      </root>
    </mxGraphModel>
  </diagram>
  <diagram id="D5xlWmKwkfQxUDRcyshQ" name="Indexierung- Phasen">
    <mxGraphModel dx="1554" dy="922" grid="0" gridSize="10" guides="1" tooltips="1" connect="1" arrows="1" fold="1" page="1" pageScale="1" pageWidth="827" pageHeight="1169" math="0" shadow="0">
      <root>
        <mxCell id="0" />
        <mxCell id="1" parent="0" />
        <mxCell id="lYfhaClctKrxKoxSbu7d-19" connectable="0" parent="1" style="group" value="" vertex="1">
          <mxGeometry height="463" width="340" x="51" y="265" as="geometry" />
        </mxCell>
        <mxCell id="lYfhaClctKrxKoxSbu7d-20" parent="lYfhaClctKrxKoxSbu7d-19" style="shape=step;perimeter=stepPerimeter;whiteSpace=wrap;html=1;fixedSize=1;size=10;direction=south;fillColor=#10739E;strokeColor=none;rounded=0;" value="&lt;font style=&quot;color: rgb(244, 252, 255);&quot;&gt;1&lt;/font&gt;" vertex="1">
          <mxGeometry height="92.6" width="58.33" x="40" as="geometry" />
        </mxCell>
        <mxCell id="lYfhaClctKrxKoxSbu7d-21" parent="lYfhaClctKrxKoxSbu7d-19" style="shape=step;perimeter=stepPerimeter;whiteSpace=wrap;html=1;fixedSize=1;size=10;direction=south;fillColor=#F2931E;strokeColor=none;rounded=0;" value="&lt;font color=&quot;#ffffff&quot;&gt;3&lt;/font&gt;" vertex="1">
          <mxGeometry height="92.6" width="58.33" x="40" y="185.2" as="geometry" />
        </mxCell>
        <mxCell id="lYfhaClctKrxKoxSbu7d-22" parent="lYfhaClctKrxKoxSbu7d-19" style="shape=step;perimeter=stepPerimeter;whiteSpace=wrap;html=1;fixedSize=1;size=10;direction=south;fillColor=#AE4132;strokeColor=none;rounded=0;" value="&lt;font style=&quot;color: rgb(255, 255, 255);&quot;&gt;4&lt;/font&gt;" vertex="1">
          <mxGeometry height="92.6" width="58.33" x="40" y="277.8" as="geometry" />
        </mxCell>
        <mxCell id="lYfhaClctKrxKoxSbu7d-23" parent="lYfhaClctKrxKoxSbu7d-19" style="shape=step;perimeter=stepPerimeter;whiteSpace=wrap;html=1;fixedSize=1;size=10;direction=south;fillColor=#23445D;strokeColor=none;rounded=0;" value="&lt;font style=&quot;color: rgb(255, 255, 255);&quot;&gt;5&lt;/font&gt;" vertex="1">
          <mxGeometry height="92.6" width="58.33" x="40" y="370.40000000000003" as="geometry" />
        </mxCell>
        <mxCell id="lYfhaClctKrxKoxSbu7d-24" parent="lYfhaClctKrxKoxSbu7d-19" style="rounded=1;strokeColor=none;fillColor=#EEEEEE;align=center;arcSize=12;verticalAlign=top;whiteSpace=wrap;html=1;fontSize=12;" value="&lt;font style=&quot;&quot;&gt;&lt;font color=&quot;#10739e&quot;&gt;&lt;b&gt;Phase 1: Scrape DNK-URLs&lt;/b&gt;&lt;/font&gt;&lt;br&gt;&lt;div&gt;&lt;div style=&quot;text-align: left;&quot;&gt;&lt;span style=&quot;background-color: transparent; color: light-dark(rgb(0, 0, 0), rgb(255, 255, 255));&quot;&gt;&lt;br&gt;&lt;font style=&quot;font-size: 9px;&quot;&gt;- Generierung potenzieller URLs (ID-basierter Ansatz)&lt;/font&gt;&lt;/span&gt;&lt;/div&gt;&lt;font style=&quot;font-size: 9px;&quot;&gt;&lt;span style=&quot;background-color: transparent; color: light-dark(rgb(0, 0, 0), rgb(255, 255, 255));&quot;&gt;&lt;div style=&quot;text-align: left;&quot;&gt;&lt;span style=&quot;background-color: transparent; color: light-dark(rgb(0, 0, 0), rgb(255, 255, 255));&quot;&gt;- Validitätsprüfung (HTTP-Status, Content-Type)&lt;/span&gt;&lt;/div&gt;&lt;/span&gt;&lt;span style=&quot;background-color: transparent; color: light-dark(rgb(0, 0, 0), rgb(255, 255, 255));&quot;&gt;&lt;div style=&quot;text-align: left;&quot;&gt;&lt;span style=&quot;background-color: transparent; color: light-dark(rgb(0, 0, 0), rgb(255, 255, 255));&quot;&gt;- Persistierung valider URLs&lt;/span&gt;&lt;/div&gt;&lt;/span&gt;&lt;/font&gt;&lt;/div&gt;&lt;br&gt;&lt;/font&gt;" vertex="1">
          <mxGeometry height="81.02499999999999" width="226.66666666666666" x="113.33333333333333" as="geometry" />
        </mxCell>
        <mxCell id="lYfhaClctKrxKoxSbu7d-25" parent="lYfhaClctKrxKoxSbu7d-19" style="rounded=1;strokeColor=none;fillColor=#EEEEEE;align=center;arcSize=12;verticalAlign=top;whiteSpace=wrap;html=1;fontSize=12;" value="&lt;font style=&quot;&quot;&gt;&lt;font color=&quot;#f2931e&quot;&gt;&lt;b&gt;Phase 3: Dokumentenextraktion&lt;/b&gt;&lt;/font&gt;&lt;br&gt;&lt;div&gt;&lt;font style=&quot;font-size: 11px;&quot;&gt;&lt;br&gt;&lt;/font&gt;&lt;/div&gt;&lt;div style=&quot;text-align: left;&quot;&gt;&lt;font style=&quot;font-size: 9px;&quot;&gt;Aus DNK-URLs MD-Dateien extrahieren.&lt;/font&gt;&lt;/div&gt;&lt;/font&gt;" vertex="1">
          <mxGeometry height="81.02499999999999" width="226.66666666666666" x="113.33333333333333" y="185.2" as="geometry" />
        </mxCell>
        <mxCell id="lYfhaClctKrxKoxSbu7d-26" parent="lYfhaClctKrxKoxSbu7d-19" style="rounded=1;strokeColor=none;fillColor=#EEEEEE;align=center;arcSize=12;verticalAlign=top;whiteSpace=wrap;html=1;fontSize=12;" value="&lt;font style=&quot;&quot;&gt;&lt;font color=&quot;#AE4132&quot;&gt;&lt;span style=&quot;background-color: transparent;&quot;&gt;&lt;b&gt;Phase 4: Vorverarbeitung&lt;/b&gt;&lt;/span&gt;&lt;/font&gt;&lt;/font&gt;&lt;div&gt;&lt;font style=&quot;&quot;&gt;&lt;br&gt;&lt;div style=&quot;text-align: left;&quot;&gt;&lt;font style=&quot;font-size: 9px;&quot;&gt;&lt;span style=&quot;background-color: transparent; color: light-dark(rgb(0, 0, 0), rgb(255, 255, 255));&quot;&gt;- Filterung relevanter Inhalte (keine Links oder Bilder)&lt;/span&gt;&lt;/font&gt;&lt;/div&gt;&lt;div style=&quot;text-align: left;&quot;&gt;&lt;font style=&quot;font-size: 9px;&quot;&gt;- Metadaten-Anreicherung (Quelle, Überschriftten)&lt;/font&gt;&lt;/div&gt;&lt;/font&gt;&lt;/div&gt;" vertex="1">
          <mxGeometry height="81.02499999999999" width="226.66666666666666" x="113.33333333333333" y="277.79999999999995" as="geometry" />
        </mxCell>
        <mxCell id="lYfhaClctKrxKoxSbu7d-27" parent="lYfhaClctKrxKoxSbu7d-19" style="rounded=1;strokeColor=none;fillColor=#EEEEEE;align=center;arcSize=12;verticalAlign=top;whiteSpace=wrap;html=1;fontSize=12;" value="&lt;font style=&quot;&quot;&gt;&lt;font color=&quot;#23445d&quot;&gt;&lt;b&gt;Phase 5: Indexierung&lt;/b&gt;&lt;/font&gt;&lt;/font&gt;&lt;div&gt;&lt;font style=&quot;&quot;&gt;&lt;font color=&quot;#23445d&quot;&gt;&lt;b&gt;&lt;br&gt;&lt;/b&gt;&lt;/font&gt;&lt;/font&gt;&lt;/div&gt;&lt;div&gt;&lt;font style=&quot;&quot;&gt;&lt;font style=&quot;font-size: 9px;&quot; color=&quot;#23445d&quot;&gt;&lt;div style=&quot;text-align: left;&quot;&gt;- Chunking (Überschriftten)&lt;/div&gt;&lt;div style=&quot;text-align: left;&quot;&gt;- Embedding (nomic-embed-text)&lt;/div&gt;&lt;div style=&quot;text-align: left;&quot;&gt;- Speicherung in ChromaDB&lt;/div&gt;&lt;/font&gt;&lt;/font&gt;&lt;/div&gt;" vertex="1">
          <mxGeometry height="81.02499999999999" width="226.66666666666666" x="113.33333333333333" y="370.3999999999999" as="geometry" />
        </mxCell>
        <mxCell id="lYfhaClctKrxKoxSbu7d-28" parent="lYfhaClctKrxKoxSbu7d-19" style="shape=step;perimeter=stepPerimeter;whiteSpace=wrap;html=1;fixedSize=1;size=10;direction=south;fillColor=#00994D;strokeColor=none;rounded=0;labelBackgroundColor=none;" value="&lt;font style=&quot;color: rgb(255, 255, 255);&quot;&gt;2&lt;/font&gt;" vertex="1">
          <mxGeometry height="92.6" width="58.33" x="40" y="92.60000000000002" as="geometry" />
        </mxCell>
        <mxCell id="lYfhaClctKrxKoxSbu7d-29" parent="lYfhaClctKrxKoxSbu7d-19" style="rounded=1;strokeColor=none;fillColor=#EEEEEE;align=center;arcSize=12;verticalAlign=top;whiteSpace=wrap;html=1;fontSize=12;" value="&lt;font style=&quot;&quot;&gt;&lt;font style=&quot;color: rgb(0, 153, 77);&quot;&gt;&lt;font&gt;&lt;b style=&quot;&quot;&gt;Phase 2: DNK-URLs Erweiterung&lt;/b&gt;&lt;/font&gt;&lt;br&gt;&lt;/font&gt;&lt;div&gt;&lt;font style=&quot;font-size: 11px;&quot;&gt;&lt;br&gt;&lt;/font&gt;&lt;/div&gt;&lt;div style=&quot;&quot;&gt;&lt;font style=&quot;font-size: 9px;&quot;&gt;Crawling untergeordneter URL-Seiten&amp;nbsp;&lt;br&gt;&lt;/font&gt;&lt;span style=&quot;font-size: 9px; background-color: transparent; color: light-dark(rgb(0, 0, 0), rgb(255, 255, 255));&quot;&gt;(1 validierte URL == 32 URLs insgesamt).&lt;/span&gt;&lt;/div&gt;&lt;/font&gt;" vertex="1">
          <mxGeometry height="81.02499999999999" width="226.66666666666666" x="113.33333333333326" y="92.60000000000002" as="geometry" />
        </mxCell>
        <mxCell id="lYfhaClctKrxKoxSbu7d-30" connectable="0" parent="1" style="group" value="" vertex="1">
          <mxGeometry height="463" width="340" x="401" y="265" as="geometry" />
        </mxCell>
        <mxCell id="lYfhaClctKrxKoxSbu7d-31" parent="lYfhaClctKrxKoxSbu7d-30" style="shape=step;perimeter=stepPerimeter;whiteSpace=wrap;html=1;fixedSize=1;size=10;direction=south;fillColor=#10739E;strokeColor=none;rounded=0;" value="&lt;font style=&quot;color: rgb(244, 252, 255);&quot;&gt;1&lt;/font&gt;" vertex="1">
          <mxGeometry height="92.6" width="58.33" x="40" as="geometry" />
        </mxCell>
        <mxCell id="lYfhaClctKrxKoxSbu7d-32" parent="lYfhaClctKrxKoxSbu7d-30" style="shape=step;perimeter=stepPerimeter;whiteSpace=wrap;html=1;fixedSize=1;size=10;direction=south;fillColor=#AE4132;strokeColor=none;rounded=0;" value="&lt;font color=&quot;#ffffff&quot;&gt;2&lt;/font&gt;" vertex="1">
          <mxGeometry height="92.6" width="58.33" x="40" y="89.19999999999999" as="geometry" />
        </mxCell>
        <mxCell id="lYfhaClctKrxKoxSbu7d-33" parent="lYfhaClctKrxKoxSbu7d-30" style="shape=step;perimeter=stepPerimeter;whiteSpace=wrap;html=1;fixedSize=1;size=10;direction=south;fillColor=#23445D;strokeColor=none;rounded=0;" value="&lt;font color=&quot;#ffffff&quot;&gt;3&lt;/font&gt;" vertex="1">
          <mxGeometry height="92.6" width="58.33" x="40" y="181.8" as="geometry" />
        </mxCell>
        <mxCell id="lYfhaClctKrxKoxSbu7d-34" parent="lYfhaClctKrxKoxSbu7d-30" style="rounded=1;strokeColor=none;fillColor=#EEEEEE;align=center;arcSize=12;verticalAlign=top;whiteSpace=wrap;html=1;fontSize=12;" value="&lt;font style=&quot;&quot;&gt;&lt;font color=&quot;#10739e&quot;&gt;&lt;b&gt;Phase 1: Dokumentenladen&lt;/b&gt;&lt;/font&gt;&lt;br&gt;&lt;div&gt;&lt;div style=&quot;&quot;&gt;&lt;span style=&quot;background-color: transparent; color: light-dark(rgb(0, 0, 0), rgb(255, 255, 255));&quot;&gt;&lt;br&gt;&lt;font style=&quot;font-size: 9px;&quot;&gt;Erkennen neue Dokumente&amp;nbsp;&lt;/font&gt;&lt;/span&gt;&lt;span style=&quot;font-size: x-small; background-color: transparent; color: light-dark(rgb(0, 0, 0), rgb(255, 255, 255));&quot;&gt;(pdf, docx, xlsx, txt)&lt;/span&gt;&lt;span style=&quot;font-size: 9px; background-color: transparent; color: light-dark(rgb(0, 0, 0), rgb(255, 255, 255));&quot;&gt;&amp;nbsp;in Upload-Ordner.&lt;/span&gt;&lt;/div&gt;&lt;/div&gt;&lt;br&gt;&lt;/font&gt;" vertex="1">
          <mxGeometry height="81.02499999999999" width="226.66666666666666" x="113.33333333333333" as="geometry" />
        </mxCell>
        <mxCell id="lYfhaClctKrxKoxSbu7d-35" parent="lYfhaClctKrxKoxSbu7d-30" style="rounded=1;strokeColor=none;fillColor=#EEEEEE;align=center;arcSize=12;verticalAlign=top;whiteSpace=wrap;html=1;fontSize=12;" value="&lt;font style=&quot;&quot;&gt;&lt;font color=&quot;#AE4132&quot;&gt;&lt;span style=&quot;background-color: transparent;&quot;&gt;&lt;b&gt;Phase 2: Vorverarbeitung&lt;/b&gt;&lt;/span&gt;&lt;/font&gt;&lt;/font&gt;&lt;div&gt;&lt;font style=&quot;&quot;&gt;&lt;br&gt;&lt;span style=&quot;font-size: 9px; text-align: left;&quot;&gt;- Dokumente-zu-Markdown-Transformation&lt;/span&gt;&lt;br style=&quot;font-size: 9px; text-align: left;&quot;&gt;&lt;div style=&quot;text-align: left;&quot;&gt;&lt;span style=&quot;font-size: 9px; background-color: transparent; color: light-dark(rgb(0, 0, 0), rgb(255, 255, 255));&quot;&gt;- Metadaten-Anreicherung (Quelle)&lt;/span&gt;&lt;/div&gt;&lt;/font&gt;&lt;/div&gt;" vertex="1">
          <mxGeometry height="81.02499999999999" width="226.66666666666666" x="113.33333333333333" y="89.19999999999996" as="geometry" />
        </mxCell>
        <mxCell id="lYfhaClctKrxKoxSbu7d-36" parent="lYfhaClctKrxKoxSbu7d-30" style="rounded=1;strokeColor=none;fillColor=#EEEEEE;align=center;arcSize=12;verticalAlign=top;whiteSpace=wrap;html=1;fontSize=12;" value="&lt;font style=&quot;&quot;&gt;&lt;font color=&quot;#23445d&quot;&gt;&lt;b&gt;Phase 3: Indexierung&lt;/b&gt;&lt;/font&gt;&lt;/font&gt;&lt;div&gt;&lt;font style=&quot;&quot;&gt;&lt;font color=&quot;#23445d&quot;&gt;&lt;b&gt;&lt;br&gt;&lt;/b&gt;&lt;/font&gt;&lt;/font&gt;&lt;/div&gt;&lt;div&gt;&lt;font style=&quot;&quot;&gt;&lt;font style=&quot;font-size: 9px;&quot; color=&quot;#23445d&quot;&gt;&lt;div style=&quot;text-align: left;&quot;&gt;- Chunking&amp;nbsp;&lt;span style=&quot;background-color: transparent;&quot;&gt;(3500-Größe, 400-Overlap)&lt;/span&gt;&lt;/div&gt;&lt;div style=&quot;text-align: left;&quot;&gt;- Embedding&amp;nbsp;&lt;span style=&quot;background-color: transparent;&quot;&gt;(nomic-embed-text)&lt;/span&gt;&lt;/div&gt;&lt;div style=&quot;text-align: left;&quot;&gt;- Speicherung in&amp;nbsp;&lt;span style=&quot;background-color: transparent;&quot;&gt;ChromaDB&lt;/span&gt;&lt;/div&gt;&lt;/font&gt;&lt;/font&gt;&lt;/div&gt;" vertex="1">
          <mxGeometry height="81.02499999999999" width="226.66666666666666" x="113.33333333333333" y="181.79999999999995" as="geometry" />
        </mxCell>
        <mxCell id="tozhGfZPrTXRdpExmHd1-1" parent="1" style="image;aspect=fixed;perimeter=ellipsePerimeter;html=1;align=center;shadow=0;dashed=0;spacingTop=3;image=img/lib/active_directory/internet_globe.svg;fontStyle=1" value="URL-Scraping" vertex="1">
          <mxGeometry height="50" width="50" x="248" y="170" as="geometry" />
        </mxCell>
        <mxCell id="tozhGfZPrTXRdpExmHd1-2" parent="1" style="html=1;whiteSpace=wrap;strokeColor=none;fillColor=#0079D6;labelPosition=center;verticalLabelPosition=middle;verticalAlign=top;align=center;fontSize=11;outlineConnect=0;spacingTop=-6;fontColor=#FFFFFF;sketch=0;shape=mxgraph.sitemap.upload;fontStyle=1" value="Upload" vertex="1">
          <mxGeometry height="60" width="117" x="565" y="182" as="geometry" />
        </mxCell>
      </root>
    </mxGraphModel>
  </diagram>
  <diagram id="H4hJE0hU5XXHWYK5vobQ" name="Upload Files Mechanism">
    <mxGraphModel dx="1554" dy="914" grid="0" gridSize="10" guides="1" tooltips="1" connect="1" arrows="1" fold="1" page="1" pageScale="1" pageWidth="827" pageHeight="1169" math="0" shadow="0">
      <root>
        <mxCell id="0" />
        <mxCell id="1" parent="0" />
        <mxCell id="1QIyczLt1cSWHZbHlYXf-1" edge="1" parent="1" source="1QIyczLt1cSWHZbHlYXf-5" style="edgeStyle=orthogonalEdgeStyle;rounded=0;orthogonalLoop=1;jettySize=auto;html=1;exitX=0.5;exitY=1;exitDx=0;exitDy=0;shadow=1;entryX=0.5;entryY=0;entryDx=0;entryDy=0;" target="1QIyczLt1cSWHZbHlYXf-13" value="">
          <mxGeometry relative="1" as="geometry">
            <mxPoint x="336.5" y="319.0000000000001" as="targetPoint" />
          </mxGeometry>
        </mxCell>
        <mxCell id="1QIyczLt1cSWHZbHlYXf-2" connectable="0" parent="1QIyczLt1cSWHZbHlYXf-1" style="edgeLabel;html=1;align=center;verticalAlign=middle;resizable=0;points=[];shadow=1;" value="JA" vertex="1">
          <mxGeometry relative="1" x="-0.5345" y="2" as="geometry">
            <mxPoint as="offset" />
          </mxGeometry>
        </mxCell>
        <mxCell id="1QIyczLt1cSWHZbHlYXf-3" edge="1" parent="1" source="1QIyczLt1cSWHZbHlYXf-5" style="edgeStyle=orthogonalEdgeStyle;rounded=0;orthogonalLoop=1;jettySize=auto;html=1;exitX=1;exitY=0.5;exitDx=0;exitDy=0;shadow=1;entryX=0;entryY=0.5;entryDx=0;entryDy=0;" target="1QIyczLt1cSWHZbHlYXf-7" value="">
          <mxGeometry relative="1" as="geometry" />
        </mxCell>
        <mxCell id="1QIyczLt1cSWHZbHlYXf-4" connectable="0" parent="1QIyczLt1cSWHZbHlYXf-3" style="edgeLabel;html=1;align=center;verticalAlign=middle;resizable=0;points=[];shadow=1;" value="NEIN" vertex="1">
          <mxGeometry relative="1" x="-0.4643" y="-1" as="geometry">
            <mxPoint as="offset" />
          </mxGeometry>
        </mxCell>
        <mxCell id="1QIyczLt1cSWHZbHlYXf-5" parent="1" style="rhombus;whiteSpace=wrap;html=1;shadow=1;" value="Existiert dateien in&amp;nbsp;&lt;b&gt;UPLOAD&lt;/b&gt;?" vertex="1">
          <mxGeometry height="120" width="130" x="271.5" y="145" as="geometry" />
        </mxCell>
        <mxCell id="1QIyczLt1cSWHZbHlYXf-6" edge="1" parent="1" source="1QIyczLt1cSWHZbHlYXf-13" style="edgeStyle=orthogonalEdgeStyle;rounded=0;orthogonalLoop=1;jettySize=auto;html=1;entryX=0.5;entryY=0;entryDx=0;entryDy=0;shadow=1;exitX=0.5;exitY=1;exitDx=0;exitDy=0;" target="1QIyczLt1cSWHZbHlYXf-12">
          <mxGeometry relative="1" as="geometry">
            <mxPoint x="336.5" y="375.0000000000001" as="sourcePoint" />
            <mxPoint x="336.5" y="415" as="targetPoint" />
          </mxGeometry>
        </mxCell>
        <mxCell id="1QIyczLt1cSWHZbHlYXf-7" parent="1" style="whiteSpace=wrap;html=1;shadow=1;" value="Ingestion beenden." vertex="1">
          <mxGeometry height="60" width="120" x="495.5" y="175" as="geometry" />
        </mxCell>
        <mxCell id="1QIyczLt1cSWHZbHlYXf-8" edge="1" parent="1" source="1QIyczLt1cSWHZbHlYXf-12" style="edgeStyle=orthogonalEdgeStyle;rounded=0;orthogonalLoop=1;jettySize=auto;html=1;entryX=0.5;entryY=0;entryDx=0;entryDy=0;shadow=1;exitX=0.5;exitY=1;exitDx=0;exitDy=0;" target="1QIyczLt1cSWHZbHlYXf-11" value="">
          <mxGeometry relative="1" as="geometry">
            <Array as="points">
              <mxPoint x="337" y="475" />
            </Array>
            <mxPoint x="336.5" y="465" as="sourcePoint" />
            <mxPoint x="336.5" y="504" as="targetPoint" />
          </mxGeometry>
        </mxCell>
        <mxCell id="1QIyczLt1cSWHZbHlYXf-9" edge="1" parent="1" source="1QIyczLt1cSWHZbHlYXf-11" style="edgeStyle=orthogonalEdgeStyle;rounded=0;orthogonalLoop=1;jettySize=auto;html=1;entryX=0.5;entryY=0;entryDx=0;entryDy=0;exitX=0.5;exitY=1;exitDx=0;exitDy=0;" target="1QIyczLt1cSWHZbHlYXf-10">
          <mxGeometry relative="1" as="geometry">
            <mxPoint x="338.5" y="564" as="sourcePoint" />
            <mxPoint x="338.5" y="611" as="targetPoint" />
          </mxGeometry>
        </mxCell>
        <mxCell id="1QIyczLt1cSWHZbHlYXf-10" parent="1" style="whiteSpace=wrap;html=1;shadow=1;" value="Schiebe die Rohdateien von&amp;nbsp;&lt;b&gt;UPLOAD&amp;nbsp;&lt;/b&gt;zu&amp;nbsp;&lt;b&gt;RAW&lt;/b&gt;" vertex="1">
          <mxGeometry height="50" width="233" x="220" y="603" as="geometry" />
        </mxCell>
        <mxCell id="1QIyczLt1cSWHZbHlYXf-11" parent="1" style="whiteSpace=wrap;html=1;shadow=1;" value="Schiebe die Markdown-Dateien von&amp;nbsp;&lt;b&gt;PROCESSING&amp;nbsp;&lt;/b&gt;zu&amp;nbsp;&lt;b&gt;PROCESSED&lt;/b&gt;" vertex="1">
          <mxGeometry height="50" width="230" x="222" y="516" as="geometry" />
        </mxCell>
        <mxCell id="1QIyczLt1cSWHZbHlYXf-12" parent="1" style="whiteSpace=wrap;html=1;shadow=1;" value="Die Dateien&amp;nbsp; von&amp;nbsp;&lt;div&gt;&lt;b&gt;PROCESSING&amp;nbsp;&lt;/b&gt;in&amp;nbsp;&lt;b&gt;ChromaDB&amp;nbsp;&lt;/b&gt;indixieren&lt;/div&gt;" vertex="1">
          <mxGeometry height="50" width="233" x="220" y="419" as="geometry" />
        </mxCell>
        <mxCell id="1QIyczLt1cSWHZbHlYXf-13" parent="1" style="whiteSpace=wrap;html=1;shadow=1;" value="konvertiere die roh-dateien in md&amp;nbsp;und schiebe sie in &lt;b&gt;PROCESSING&lt;/b&gt;" vertex="1">
          <mxGeometry height="50" width="233" x="220" y="325" as="geometry" />
        </mxCell>
      </root>
    </mxGraphModel>
  </diagram>
</mxfile>
